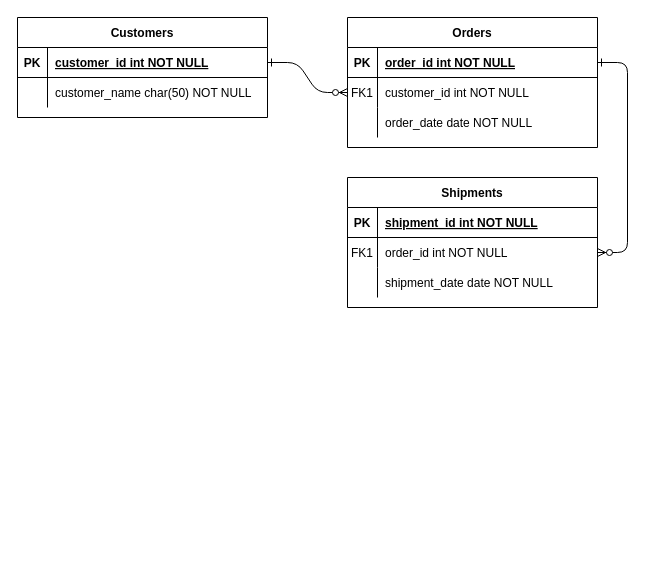
The draw.io diagram letter.drawio in gitara9ru/er_workshop, before the edit. Source tidied: cells renumbered, new cells numbered last; positions are measured from the earlier drawing's top-left corner, leaving out a move shared by most shapes. Both pictures are drawn from the tidied source at 100%, with x=0, y=0 at pixel (17, 17).
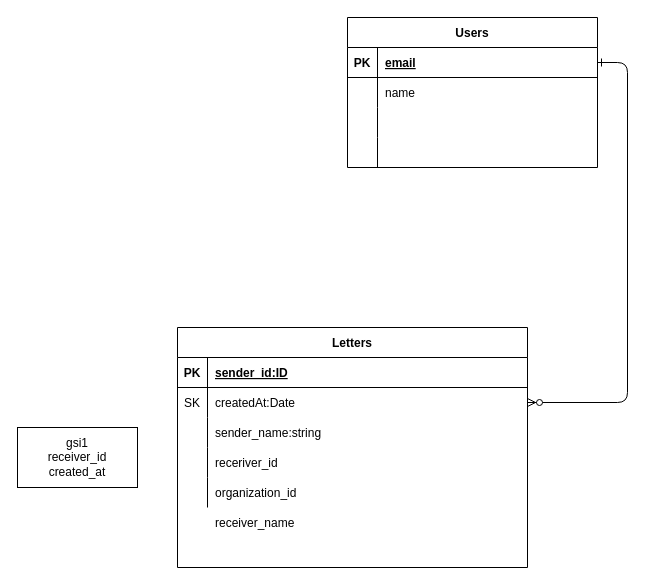
After the change.

Unchanged cells that the change refers to:
```xml
<mxCell id="5" style="shape=partialRectangle;fillColor=none;points=[[0,0.5],[1,0.5]];portConstraint=eastwest;top=0;left=0;right=0;bottom=1;" parent="4" vertex="1">
  <mxGeometry y="30" width="250" height="30" as="geometry" />
</mxCell>
<mxCell id="8" style="shape=partialRectangle;fillColor=none;points=[[0,0.5],[1,0.5]];portConstraint=eastwest;top=0;left=0;right=0;bottom=0;" parent="4" vertex="1">
  <mxGeometry y="60" width="250" height="30" as="geometry" />
</mxCell>
<mxCell id="11" style="shape=partialRectangle;fillColor=none;top=0;left=0;right=0;bottom=0;" parent="4" vertex="1">
  <mxGeometry y="90" width="250" height="30" as="geometry" />
</mxCell>
```

The edit, as a diff of the source:
```diff
@@
-    <mxCell id="2" style="edgeStyle=entityRelationEdgeStyle;endArrow=ERzeroToMany;startArrow=ERone;endFill=1;startFill=0;" parent="1" edge="1" source="25" target="8">
-      <mxGeometry relative="1" as="geometry" />
-    </mxCell>
@@
-    <mxCell id="4" value="Orders" style="shape=table;startSize=30;childLayout=tableLayout;rowLines=0;fontStyle=1;align=center;" parent="1" vertex="1">
-      <mxGeometry x="330" width="250" height="130" as="geometry" />
+    <mxCell id="4" value="Users" style="shape=table;startSize=30;childLayout=tableLayout;rowLines=0;fontStyle=1;align=center;" parent="1" vertex="1">
+      <mxGeometry x="330" width="250" height="150" as="geometry" />
     </mxCell>
@@
-    <mxCell id="7" value="order_id int NOT NULL " style="shape=partialRectangle;overflow=hidden;fillColor=none;top=0;left=0;bottom=0;right=0;align=left;spacingLeft=6;fontStyle=5;" parent="5" vertex="1">
+    <mxCell id="7" value="email" style="shape=partialRectangle;overflow=hidden;fillColor=none;top=0;left=0;bottom=0;right=0;align=left;spacingLeft=6;fontStyle=5;" parent="5" vertex="1">
       <mxGeometry x="30" width="220" height="30" as="geometry" />
     </mxCell>
@@
-    <mxCell id="9" value="FK1" style="shape=partialRectangle;overflow=hidden;fillColor=none;top=0;left=0;bottom=0;right=0;" parent="8" vertex="1">
+    <mxCell id="9" style="shape=partialRectangle;overflow=hidden;fillColor=none;top=0;left=0;bottom=0;right=0;" parent="8" vertex="1">
       <mxGeometry width="30" height="30" as="geometry" />
     </mxCell>
-    <mxCell id="10" value="customer_id int NOT NULL" style="shape=partialRectangle;overflow=hidden;fillColor=none;top=0;left=0;bottom=0;right=0;align=left;spacingLeft=6;" parent="8" vertex="1">
+    <mxCell id="10" value="name" style="shape=partialRectangle;overflow=hidden;fillColor=none;top=0;left=0;bottom=0;right=0;align=left;spacingLeft=6;" parent="8" vertex="1">
       <mxGeometry x="30" width="220" height="30" as="geometry" />
     </mxCell>
@@
-    <mxCell id="13" value="order_date date NOT NULL" style="shape=partialRectangle;overflow=hidden;fillColor=none;top=0;left=0;bottom=0;right=0;align=left;spacingLeft=6;" parent="11" vertex="1">
+    <mxCell id="13" style="shape=partialRectangle;overflow=hidden;fillColor=none;top=0;left=0;bottom=0;right=0;align=left;spacingLeft=6;" parent="11" vertex="1">
       <mxGeometry x="30" width="220" height="30" as="geometry" />
     </mxCell>
+    <mxCell id="31" style="shape=partialRectangle;fillColor=none;top=0;left=0;right=0;bottom=0;" parent="4" vertex="1">
+      <mxGeometry y="120" width="250" height="30" as="geometry" />
+    </mxCell>
+    <mxCell id="32" style="shape=partialRectangle;overflow=hidden;fillColor=none;top=0;left=0;bottom=0;right=0;" parent="31" vertex="1">
+      <mxGeometry width="30" height="30" as="geometry" />
+    </mxCell>
+    <mxCell id="33" style="shape=partialRectangle;overflow=hidden;fillColor=none;top=0;left=0;bottom=0;right=0;align=left;spacingLeft=6;" parent="31" vertex="1">
+      <mxGeometry x="30" width="220" height="30" as="geometry" />
+    </mxCell>
-    <mxCell id="14" value="Shipments" style="shape=table;startSize=30;childLayout=tableLayout;rowLines=0;fontStyle=1;align=center;" parent="1" vertex="1">
-      <mxGeometry x="330" y="160" width="250" height="130" as="geometry" />
+    <mxCell id="14" value="Letters" style="shape=table;startSize=30;childLayout=tableLayout;rowLines=0;fontStyle=1;align=center;" parent="1" vertex="1">
+      <mxGeometry x="160" y="310" width="350" height="240" as="geometry" />
     </mxCell>
     <mxCell id="15" style="shape=partialRectangle;fillColor=none;top=0;left=0;right=0;bottom=1;" parent="14" vertex="1">
-      <mxGeometry y="30" width="250" height="30" as="geometry" />
+      <mxGeometry y="30" width="350" height="30" as="geometry" />
     </mxCell>
@@
-    <mxCell id="17" value="shipment_id int NOT NULL " style="shape=partialRectangle;overflow=hidden;fillColor=none;top=0;left=0;bottom=0;right=0;align=left;spacingLeft=6;fontStyle=5;" parent="15" vertex="1">
-      <mxGeometry x="30" width="220" height="30" as="geometry" />
+    <mxCell id="17" value="sender_id:ID" style="shape=partialRectangle;overflow=hidden;fillColor=none;top=0;left=0;bottom=0;right=0;align=left;spacingLeft=6;fontStyle=5;" parent="15" vertex="1">
+      <mxGeometry x="30" width="320" height="30" as="geometry" />
     </mxCell>
     <mxCell id="18" style="shape=partialRectangle;fillColor=none;points=[[0,0.5],[1,0.5]];portConstraint=eastwest;top=0;left=0;right=0;bottom=0;" parent="14" vertex="1">
-      <mxGeometry y="60" width="250" height="30" as="geometry" />
+      <mxGeometry y="60" width="350" height="30" as="geometry" />
     </mxCell>
-    <mxCell id="19" value="FK1" style="shape=partialRectangle;overflow=hidden;fillColor=none;top=0;left=0;bottom=0;right=0;" parent="18" vertex="1">
+    <mxCell id="19" value="SK" style="shape=partialRectangle;overflow=hidden;fillColor=none;top=0;left=0;bottom=0;right=0;" parent="18" vertex="1">
       <mxGeometry width="30" height="30" as="geometry" />
     </mxCell>
-    <mxCell id="20" value="order_id int NOT NULL" style="shape=partialRectangle;overflow=hidden;fillColor=none;top=0;left=0;bottom=0;right=0;align=left;spacingLeft=6;" parent="18" vertex="1">
-      <mxGeometry x="30" width="220" height="30" as="geometry" />
+    <mxCell id="20" value="createdAt:Date" style="shape=partialRectangle;overflow=hidden;fillColor=none;top=0;left=0;bottom=0;right=0;align=left;spacingLeft=6;" parent="18" vertex="1">
+      <mxGeometry x="30" width="320" height="30" as="geometry" />
     </mxCell>
     <mxCell id="21" style="shape=partialRectangle;fillColor=none;top=0;left=0;right=0;bottom=0;" parent="14" vertex="1">
-      <mxGeometry y="90" width="250" height="30" as="geometry" />
+      <mxGeometry y="90" width="350" height="30" as="geometry" />
     </mxCell>
@@
-    <mxCell id="23" value="shipment_date date NOT NULL" style="shape=partialRectangle;overflow=hidden;fillColor=none;top=0;left=0;bottom=0;right=0;align=left;spacingLeft=6;" parent="21" vertex="1">
-      <mxGeometry x="30" width="220" height="30" as="geometry" />
+    <mxCell id="23" value="sender_name:string" style="shape=partialRectangle;overflow=hidden;fillColor=none;top=0;left=0;bottom=0;right=0;align=left;spacingLeft=6;" parent="21" vertex="1">
+      <mxGeometry x="30" width="320" height="30" as="geometry" />
     </mxCell>
-    <mxCell id="24" value="Customers" style="shape=table;startSize=30;childLayout=tableLayout;rowLines=0;fontStyle=1;align=center;" parent="1" vertex="1">
-      <mxGeometry width="250" height="100" as="geometry" />
-    </mxCell>
-    <mxCell id="25" style="shape=partialRectangle;fillColor=none;points=[[0,0.5],[1,0.5]];portConstraint=eastwest;top=0;left=0;right=0;bottom=1;" parent="24" vertex="1">
-      <mxGeometry y="30" width="250" height="30" as="geometry" />
-    </mxCell>
-    <mxCell id="26" value="PK" style="shape=partialRectangle;overflow=hidden;fillColor=none;top=0;left=0;bottom=0;right=0;fontStyle=1;" parent="25" vertex="1">
-      <mxGeometry width="30" height="30" as="geometry" />
-    </mxCell>
-    <mxCell id="27" value="customer_id int NOT NULL " style="shape=partialRectangle;overflow=hidden;fillColor=none;top=0;left=0;bottom=0;right=0;align=left;spacingLeft=6;fontStyle=5;" parent="25" vertex="1">
-      <mxGeometry x="30" width="220" height="30" as="geometry" />
-    </mxCell>
-    <mxCell id="28" style="shape=partialRectangle;fillColor=none;top=0;left=0;right=0;bottom=0;" parent="24" vertex="1">
-      <mxGeometry y="60" width="250" height="30" as="geometry" />
-    </mxCell>
-    <mxCell id="29" style="shape=partialRectangle;overflow=hidden;fillColor=none;top=0;left=0;bottom=0;right=0;" parent="28" vertex="1">
-      <mxGeometry width="30" height="30" as="geometry" />
-    </mxCell>
-    <mxCell id="30" value="customer_name char(50) NOT NULL" style="shape=partialRectangle;overflow=hidden;fillColor=none;top=0;left=0;bottom=0;right=0;align=left;spacingLeft=6;" parent="28" vertex="1">
-      <mxGeometry x="30" width="220" height="30" as="geometry" />
-    </mxCell>
+    <mxCell id="34" style="shape=partialRectangle;fillColor=none;top=0;left=0;right=0;bottom=0;" parent="14" vertex="1">
+      <mxGeometry y="120" width="350" height="30" as="geometry" />
+    </mxCell>
+    <mxCell id="35" style="shape=partialRectangle;overflow=hidden;fillColor=none;top=0;left=0;bottom=0;right=0;" parent="34" vertex="1">
+      <mxGeometry width="30" height="30" as="geometry" />
+    </mxCell>
+    <mxCell id="36" value="receriver_id" style="shape=partialRectangle;overflow=hidden;fillColor=none;top=0;left=0;bottom=0;right=0;align=left;spacingLeft=6;" parent="34" vertex="1">
+      <mxGeometry x="30" width="320" height="30" as="geometry" />
+    </mxCell>
+    <mxCell id="37" style="shape=partialRectangle;fillColor=none;top=0;left=0;right=0;bottom=0;" parent="14" vertex="1">
+      <mxGeometry y="150" width="350" height="30" as="geometry" />
+    </mxCell>
+    <mxCell id="38" style="shape=partialRectangle;overflow=hidden;fillColor=none;top=0;left=0;bottom=0;right=0;" parent="37" vertex="1">
+      <mxGeometry width="30" height="30" as="geometry" />
+    </mxCell>
+    <mxCell id="39" value="organization_id" style="shape=partialRectangle;overflow=hidden;fillColor=none;top=0;left=0;bottom=0;right=0;align=left;spacingLeft=6;" parent="37" vertex="1">
+      <mxGeometry x="30" width="320" height="30" as="geometry" />
+    </mxCell>
+    <mxCell id="40" value="receiver_name" style="shape=partialRectangle;overflow=hidden;fillColor=none;top=0;left=0;bottom=0;right=0;align=left;spacingLeft=6;" parent="1" vertex="1">
+      <mxGeometry x="190" y="490" width="320" height="30" as="geometry" />
+    </mxCell>
+    <mxCell id="41" value="gsi1&lt;br&gt;receiver_id&lt;br&gt;created_at" style="rounded=0;whiteSpace=wrap;html=1;" parent="1" vertex="1">
+      <mxGeometry y="410" width="120" height="60" as="geometry" />
+    </mxCell>
```
